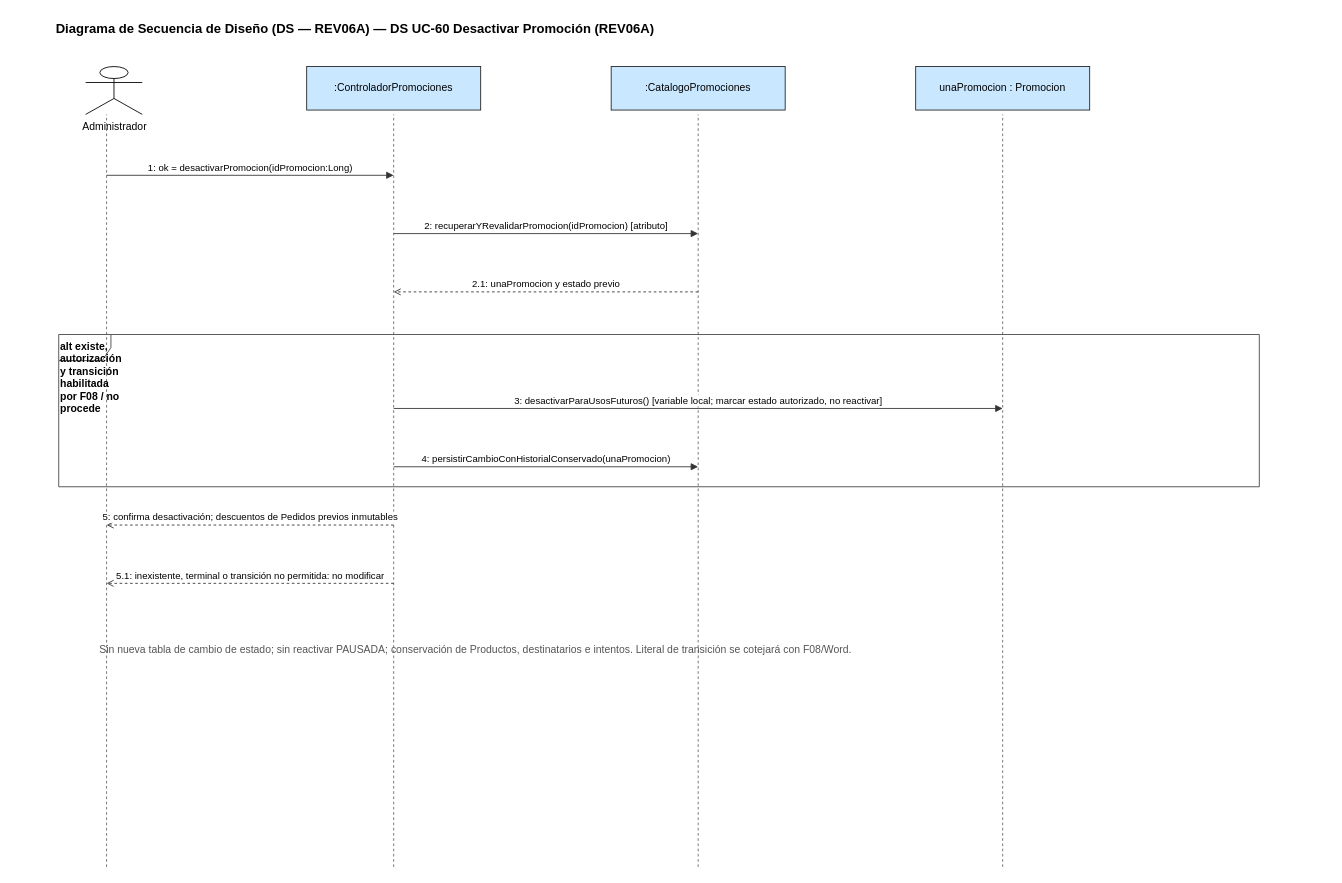
This is page "DS UC-60 Desactivar Promoción (REV06A)" (9 of 9) of docs/08-diagramas/revision/REV06A_COMERCIAL_PROMOCIONES/propuestos/DS_REV06A_COMPLETO_CORREGIDO.drawio.xml from leandrito369/ale-milanesas, a draw.io file, before an edit. Source tidied: cells renumbered, new cells numbered last; positions are measured from the earlier drawing's top-left corner, leaving out a move shared by most shapes. Both pictures are drawn from the tidied source at 87%, with x=0, y=0 at pixel (54, 15).
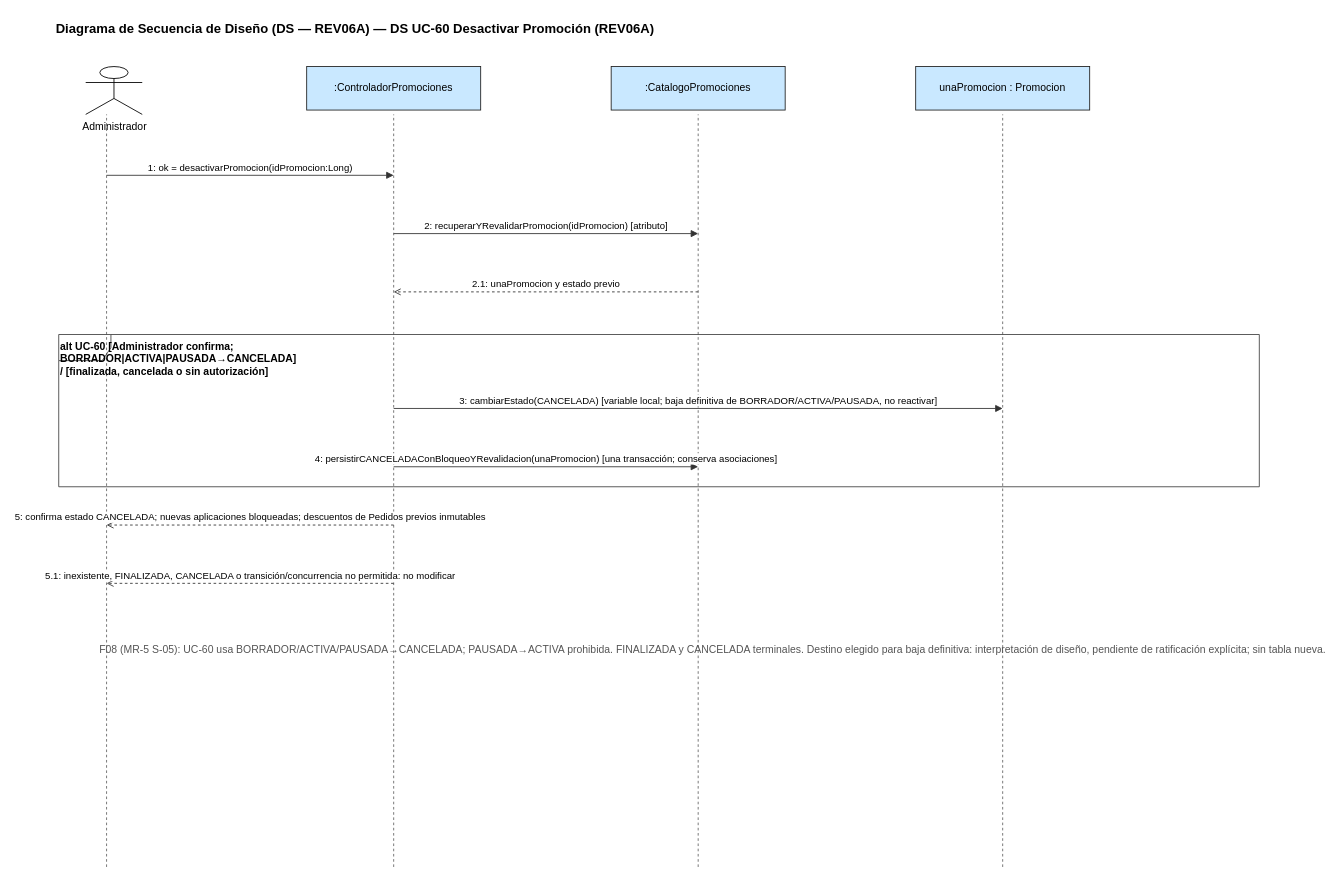
After the change.

Commit message:
docs(REV-06A): especificar transición UC-60 a CANCELADA bajo F08 y reserva de ratificación

The edit, as a diff of the source:
```diff
@@
-    <mxCell id="14" value="alt existe, autorización y transición habilitada por F08 / no procede" style="shape=umlFrame;html=1;whiteSpace=wrap;fillColor=none;strokeColor=#444444;align=left;verticalAlign=top;fontStyle=1;" parent="1" vertex="1">
+    <mxCell id="14" value="alt UC-60 [Administrador confirma; BORRADOR|ACTIVA|PAUSADA→CANCELADA] / [finalizada, cancelada o sin autorización]" style="shape=umlFrame;html=1;whiteSpace=wrap;fillColor=none;strokeColor=#444444;align=left;verticalAlign=top;fontStyle=1;" parent="1" vertex="1">
       <mxGeometry x="5" y="367" width="1380" height="175" as="geometry" />
     </mxCell>
-    <mxCell id="15" value="3: desactivarParaUsosFuturos() [variable local; marcar estado autorizado, no reactivar]" style="html=1;verticalAlign=bottom;strokeColor=#333333;endArrow=block;dashed=0;endFill=1;" parent="1" edge="1">
+    <mxCell id="15" value="3: cambiarEstado(CANCELADA) [variable local; baja definitiva de BORRADOR/ACTIVA/PAUSADA, no reactivar]" style="html=1;verticalAlign=bottom;strokeColor=#333333;endArrow=block;dashed=0;endFill=1;" parent="1" edge="1">
       <mxGeometry relative="1" as="geometry">
         <mxPoint x="390" y="452" as="sourcePoint" />
         <mxPoint x="1090" y="452" as="targetPoint" />
       </mxGeometry>
     </mxCell>
-    <mxCell id="16" value="4: persistirCambioConHistorialConservado(unaPromocion)" style="html=1;verticalAlign=bottom;strokeColor=#333333;endArrow=block;dashed=0;endFill=1;" parent="1" edge="1">
+    <mxCell id="16" value="4: persistirCANCELADAConBloqueoYRevalidacion(unaPromocion) [una transacción; conserva asociaciones]" style="html=1;verticalAlign=bottom;strokeColor=#333333;endArrow=block;dashed=0;endFill=1;" parent="1" edge="1">
       <mxGeometry relative="1" as="geometry">
         <mxPoint x="390" y="519" as="sourcePoint" />
         <mxPoint x="740" y="519" as="targetPoint" />
       </mxGeometry>
     </mxCell>
-    <mxCell id="17" value="5: confirma desactivación; descuentos de Pedidos previos inmutables" style="html=1;verticalAlign=bottom;strokeColor=#333333;endArrow=open;dashed=1;endFill=0;" parent="1" edge="1">
+    <mxCell id="17" value="5: confirma estado CANCELADA; nuevas aplicaciones bloqueadas; descuentos de Pedidos previos inmutables" style="html=1;verticalAlign=bottom;strokeColor=#333333;endArrow=open;dashed=1;endFill=0;" parent="1" edge="1">
       <mxGeometry relative="1" as="geometry">
         <mxPoint x="390" y="586" as="sourcePoint" />
         <mxPoint x="60" y="586" as="targetPoint" />
       </mxGeometry>
     </mxCell>
-    <mxCell id="18" value="5.1: inexistente, terminal o transición no permitida: no modificar" style="html=1;verticalAlign=bottom;strokeColor=#333333;endArrow=open;dashed=1;endFill=0;" parent="1" edge="1">
+    <mxCell id="18" value="5.1: inexistente, FINALIZADA, CANCELADA o transición/concurrencia no permitida: no modificar" style="html=1;verticalAlign=bottom;strokeColor=#333333;endArrow=open;dashed=1;endFill=0;" parent="1" edge="1">
       <mxGeometry relative="1" as="geometry">
         <mxPoint x="390" y="653" as="sourcePoint" />
         <mxPoint x="60" y="653" as="targetPoint" />
       </mxGeometry>
     </mxCell>
-    <mxCell id="19" value="Sin nueva tabla de cambio de estado; sin reactivar PAUSADA; conservación de Productos, destinatarios e intentos. Literal de transición se cotejará con F08/Word." style="text;html=1;fillColor=none;strokeColor=none;align=left;fontColor=#555555;" parent="1" vertex="1">
+    <mxCell id="19" value="F08 (MR-5 S-05): UC-60 usa BORRADOR/ACTIVA/PAUSADA→CANCELADA; PAUSADA→ACTIVA prohibida. FINALIZADA y CANCELADA terminales. Destino elegido para baja definitiva: interpretación de diseño, pendiente de ratificación explícita; sin tabla nueva." style="text;html=1;fillColor=none;strokeColor=none;align=left;fontColor=#555555;" parent="1" vertex="1">
       <mxGeometry x="50" y="715" width="1290" height="40" as="geometry" />
     </mxCell>
```
